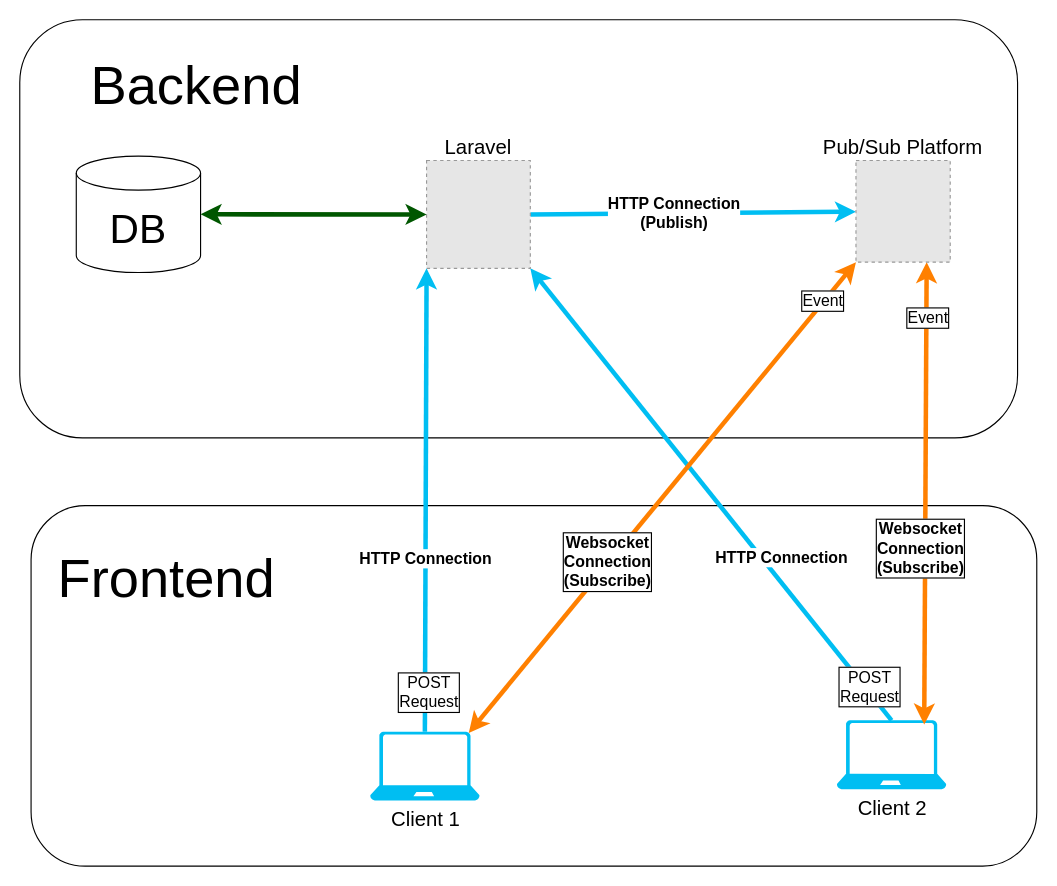
VDT1805/ChallengeCreator keeps this draw.io diagram as systemarchitecture.drawio. Above is the earlier version. Source tidied: cells renumbered, new cells numbered last; positions are measured from the earlier drawing's top-left corner, leaving out a move shared by most shapes. Both pictures are drawn from the tidied source at 113%, with x=0, y=0 at pixel (19, 19). Pictures stored in the file or linked from it are replaced by grey dashed boxes.
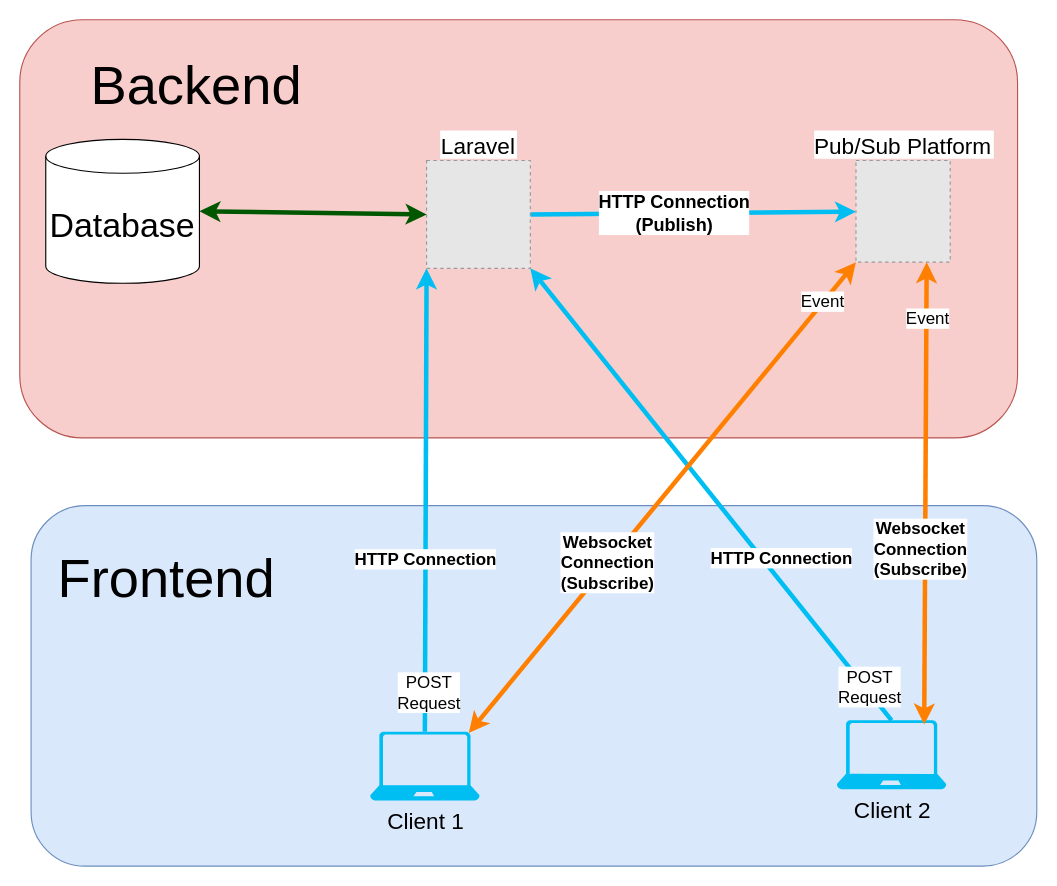
The same diagram, later.

Unchanged cells that the change refers to:
```xml
<mxCell id="8" style="endArrow=classic;html=1;rounded=1;fillColor=#60a917;strokeColor=#00BEF2;strokeWidth=4;entryX=0;entryY=1;entryDx=0;entryDy=0;exitX=0.5;exitY=0;exitDx=0;exitDy=0;exitPerimeter=0;" parent="1" edge="1" source="6" target="24">
  <mxGeometry relative="1" as="geometry" />
</mxCell>
<mxCell id="10" style="endArrow=classic;html=1;rounded=1;fillColor=#60a917;strokeColor=#00BEF2;strokeWidth=4;entryX=1;entryY=1;entryDx=0;entryDy=0;exitX=0.5;exitY=0;exitDx=0;exitDy=0;exitPerimeter=0;" parent="1" edge="1" source="7" target="24">
  <mxGeometry relative="1" as="geometry" />
</mxCell>
<mxCell id="12" style="endArrow=classic;html=1;strokeColor=#FF8000;strokeWidth=4;fontSize=14;startArrow=classic;startFill=1;exitX=0.9;exitY=0.02;exitDx=0;exitDy=0;exitPerimeter=0;fontStyle=1;entryX=0;entryY=1;entryDx=0;entryDy=0;" parent="1" edge="1" source="6" target="25">
  <mxGeometry relative="1" as="geometry" />
</mxCell>
<mxCell id="15" style="endArrow=classic;html=1;strokeColor=#FF8000;strokeWidth=4;fontSize=14;startArrow=classic;startFill=1;exitX=0.798;exitY=0.06;exitDx=0;exitDy=0;exitPerimeter=0;fontStyle=1;entryX=0.75;entryY=1;entryDx=0;entryDy=0;" parent="1" edge="1" source="7" target="25">
  <mxGeometry relative="1" as="geometry" />
</mxCell>
<mxCell id="22" style="edgeStyle=none;html=1;exitX=1;exitY=0.5;exitDx=0;exitDy=0;startArrow=none;startFill=0;fillColor=#1ba1e2;strokeColor=#00BEF2;strokeWidth=4;" parent="1" edge="1" source="24" target="25">
  <mxGeometry relative="1" as="geometry" />
</mxCell>
```

What changed in the source:
```diff
@@
-    <mxCell id="2" style="rounded=1;whiteSpace=wrap;html=1;" parent="1" vertex="1">
+    <mxCell id="2" style="rounded=1;whiteSpace=wrap;html=1;fillColor=#f8cecc;strokeColor=#b85450;" parent="1" vertex="1">
       <mxGeometry width="883" height="370" as="geometry" />
     </mxCell>
@@
-    <mxCell id="4" style="rounded=1;whiteSpace=wrap;html=1;" parent="1" vertex="1">
+    <mxCell id="4" style="rounded=1;whiteSpace=wrap;html=1;fillColor=#dae8fc;strokeColor=#6c8ebf;" parent="1" vertex="1">
       <mxGeometry x="10" y="430" width="890" height="319" as="geometry" />
     </mxCell>
@@
-    <mxCell id="6" value="&lt;font style=&quot;font-size: 18px;&quot;&gt;Client 1&lt;/font&gt;" style="verticalLabelPosition=bottom;html=1;verticalAlign=top;align=center;strokeColor=none;fillColor=#00BEF2;shape=mxgraph.azure.laptop;dashed=1;dashPattern=8 8;rounded=1;" parent="1" vertex="1">
+    <mxCell id="6" value="&lt;font style=&quot;font-size: 20px;&quot;&gt;Client 1&lt;/font&gt;" style="verticalLabelPosition=bottom;html=1;verticalAlign=top;align=center;strokeColor=none;fillColor=#00BEF2;shape=mxgraph.azure.laptop;dashed=1;dashPattern=8 8;rounded=1;fontSize=20;" parent="1" vertex="1">
       <mxGeometry x="310" y="630" width="97" height="61" as="geometry" />
     </mxCell>
-    <mxCell id="7" value="&lt;font style=&quot;font-size: 18px;&quot;&gt;Client 2&lt;/font&gt;" style="verticalLabelPosition=bottom;html=1;verticalAlign=top;align=center;strokeColor=none;fillColor=#00BEF2;shape=mxgraph.azure.laptop;dashed=1;dashPattern=8 8;rounded=1;" parent="1" vertex="1">
+    <mxCell id="7" value="&lt;font style=&quot;font-size: 20px;&quot;&gt;Client 2&lt;/font&gt;" style="verticalLabelPosition=bottom;html=1;verticalAlign=top;align=center;strokeColor=none;fillColor=#00BEF2;shape=mxgraph.azure.laptop;dashed=1;dashPattern=8 8;rounded=1;fontSize=20;" parent="1" vertex="1">
       <mxGeometry x="723" y="620" width="97" height="61" as="geometry" />
     </mxCell>
@@
-    <mxCell id="9" value="&lt;b&gt;&lt;font style=&quot;font-size: 14px;&quot;&gt;HTTP Connection&lt;/font&gt;&lt;/b&gt;" style="edgeLabel;html=1;align=center;verticalAlign=middle;rounded=1;" parent="8" vertex="1">
+    <mxCell id="9" value="&lt;b style=&quot;font-size: 15px;&quot;&gt;&lt;font style=&quot;font-size: 15px;&quot;&gt;HTTP Connection&lt;/font&gt;&lt;/b&gt;" style="edgeLabel;html=1;align=center;verticalAlign=middle;rounded=1;fontSize=15;" parent="8" vertex="1">
       <mxGeometry relative="1" as="geometry">
         <mxPoint x="-1" y="51" as="offset" />
       </mxGeometry>
     </mxCell>
@@
-    <mxCell id="11" value="&lt;b&gt;&lt;font style=&quot;font-size: 14px;&quot;&gt;HTTP Connection&lt;/font&gt;&lt;/b&gt;" style="edgeLabel;html=1;align=center;verticalAlign=middle;rounded=1;" parent="10" vertex="1">
+    <mxCell id="11" value="&lt;b style=&quot;font-size: 15px;&quot;&gt;&lt;font style=&quot;font-size: 15px;&quot;&gt;HTTP Connection&lt;/font&gt;&lt;/b&gt;" style="edgeLabel;html=1;align=center;verticalAlign=middle;rounded=1;fontSize=15;" parent="10" vertex="1">
       <mxGeometry relative="1" as="geometry">
         <mxPoint x="62" y="55" as="offset" />
       </mxGeometry>
     </mxCell>
@@
-    <mxCell id="13" value="&lt;b&gt;Websocket&lt;br&gt;Connection&lt;br&gt;(Subscribe)&lt;/b&gt;" style="edgeLabel;html=1;align=center;verticalAlign=middle;labelBorderColor=default;strokeColor=#000000;fontSize=14;" parent="12" vertex="1">
+    <mxCell id="13" value="&lt;b style=&quot;font-size: 15px;&quot;&gt;Websocket&lt;br style=&quot;font-size: 15px;&quot;&gt;Connection&lt;br style=&quot;font-size: 15px;&quot;&gt;(Subscribe)&lt;/b&gt;" style="edgeLabel;html=1;align=center;verticalAlign=middle;labelBorderColor=none;strokeColor=#000000;fontSize=15;" parent="12" vertex="1">
       <mxGeometry relative="1" as="geometry">
         <mxPoint x="-49" y="57" as="offset" />
       </mxGeometry>
     </mxCell>
-    <mxCell id="14" value="Event" style="edgeLabel;html=1;align=right;verticalAlign=bottom;labelBorderColor=default;strokeColor=#000000;fontSize=14;" parent="12" vertex="1">
+    <mxCell id="14" value="Event" style="edgeLabel;html=1;align=right;verticalAlign=bottom;labelBorderColor=none;strokeColor=#000000;fontSize=15;labelBackgroundColor=default;" parent="12" vertex="1">
       <mxGeometry x="1" relative="1" as="geometry">
         <mxPoint x="-10" y="46" as="offset" />
       </mxGeometry>
     </mxCell>
@@
-    <mxCell id="16" value="&lt;b&gt;Websocket&lt;br&gt;Connection&lt;br&gt;(Subscribe)&lt;/b&gt;" style="edgeLabel;html=1;align=center;verticalAlign=middle;labelBorderColor=default;strokeColor=#000000;fontSize=14;" parent="15" vertex="1">
+    <mxCell id="16" value="&lt;b style=&quot;font-size: 15px;&quot;&gt;Websocket&lt;br style=&quot;font-size: 15px;&quot;&gt;Connection&lt;br style=&quot;font-size: 15px;&quot;&gt;(Subscribe)&lt;/b&gt;" style="edgeLabel;html=1;align=center;verticalAlign=middle;labelBorderColor=none;strokeColor=#000000;fontSize=15;" parent="15" vertex="1">
       <mxGeometry relative="1" as="geometry">
         <mxPoint x="-5" y="49" as="offset" />
       </mxGeometry>
     </mxCell>
-    <mxCell id="17" value="Event" style="edgeLabel;html=1;align=right;verticalAlign=bottom;labelBorderColor=default;strokeColor=#000000;fontSize=14;" parent="15" vertex="1">
+    <mxCell id="17" value="Event" style="edgeLabel;html=1;align=right;verticalAlign=bottom;labelBorderColor=none;strokeColor=#000000;fontSize=15;" parent="15" vertex="1">
       <mxGeometry x="1" relative="1" as="geometry">
         <mxPoint x="20" y="60" as="offset" />
       </mxGeometry>
     </mxCell>
-    <mxCell id="18" value="POST &lt;br&gt;Request" style="edgeLabel;html=1;align=center;verticalAlign=bottom;labelBorderColor=default;strokeColor=#000000;fontSize=14;" parent="1" vertex="1">
+    <mxCell id="18" value="POST &lt;br style=&quot;font-size: 15px;&quot;&gt;Request" style="edgeLabel;html=1;align=center;verticalAlign=bottom;labelBorderColor=none;strokeColor=#000000;fontSize=15;" parent="1" vertex="1">
       <mxGeometry x="400" y="620" as="geometry">
         <mxPoint x="-39" y="-5" as="offset" />
       </mxGeometry>
     </mxCell>
-    <mxCell id="19" value="POST &lt;br&gt;Request" style="edgeLabel;html=1;align=center;verticalAlign=bottom;labelBorderColor=default;strokeColor=#000000;fontSize=14;" parent="1" vertex="1">
+    <mxCell id="19" value="POST &lt;br style=&quot;font-size: 15px;&quot;&gt;Request" style="edgeLabel;html=1;align=center;verticalAlign=bottom;labelBorderColor=none;strokeColor=#000000;fontSize=15;" parent="1" vertex="1">
       <mxGeometry x="800" y="610" as="geometry">
         <mxPoint x="-49" as="offset" />
       </mxGeometry>
     </mxCell>
@@
-    <mxCell id="21" value="&lt;font style=&quot;font-size: 36px;&quot;&gt;DB&lt;/font&gt;" style="shape=cylinder3;whiteSpace=wrap;html=1;boundedLbl=1;backgroundOutline=1;size=15;rounded=1;" parent="1" vertex="1">
-      <mxGeometry x="50" y="120.7" width="110" height="103" as="geometry" />
+    <mxCell id="21" value="&lt;font style=&quot;font-size: 30px;&quot;&gt;Database&lt;/font&gt;" style="shape=cylinder3;whiteSpace=wrap;html=1;boundedLbl=1;backgroundOutline=1;size=15;rounded=1;" parent="1" vertex="1">
+      <mxGeometry x="23" y="105.8" width="136" height="127.4" as="geometry" />
     </mxCell>
@@
-    <mxCell id="23" value="&lt;b&gt;&lt;font style=&quot;font-size: 14px;&quot;&gt;HTTP Connection&lt;br&gt;(Publish)&lt;br&gt;&lt;/font&gt;&lt;/b&gt;" style="edgeLabel;html=1;align=center;verticalAlign=middle;" parent="22" vertex="1">
+    <mxCell id="23" value="&lt;b style=&quot;font-size: 16px;&quot;&gt;&lt;font style=&quot;font-size: 16px;&quot;&gt;HTTP Connection&lt;br style=&quot;font-size: 16px;&quot;&gt;(Publish)&lt;br style=&quot;font-size: 16px;&quot;&gt;&lt;/font&gt;&lt;/b&gt;" style="edgeLabel;html=1;align=center;verticalAlign=middle;fontSize=16;" parent="22" vertex="1">
       <mxGeometry x="-0.11" y="1" relative="1" as="geometry">
         <mxPoint x="-1" as="offset" />
       </mxGeometry>
     </mxCell>
-    <mxCell id="24" value="Laravel" style="fillColor=#E6E6E6;strokeColor=#999999;dashed=1;verticalLabelPosition=top;labelBackgroundColor=default;verticalAlign=bottom;fontSize=18;labelPosition=center;align=center;" parent="1" vertex="1">
+    <mxCell id="24" value="Laravel" style="fillColor=#E6E6E6;strokeColor=#999999;dashed=1;verticalLabelPosition=top;labelBackgroundColor=default;verticalAlign=bottom;fontSize=20;labelPosition=center;align=center;" parent="1" vertex="1">
       <mxGeometry x="360" y="124.5" width="91.8" height="95.5" as="geometry" />
     </mxCell>
-    <mxCell id="25" value="Pub/Sub Platform" style="fillColor=#E6E6E6;strokeColor=#999999;dashed=1;verticalLabelPosition=top;labelBackgroundColor=default;verticalAlign=bottom;fontSize=18;labelPosition=center;align=center;" parent="1" vertex="1">
+    <mxCell id="25" value="Pub/Sub Platform" style="fillColor=#E6E6E6;strokeColor=#999999;dashed=1;verticalLabelPosition=top;labelBackgroundColor=default;verticalAlign=bottom;fontSize=20;labelPosition=center;align=center;" parent="1" vertex="1">
       <mxGeometry x="740" y="124.5" width="83.4" height="90" as="geometry" />
     </mxCell>
```
